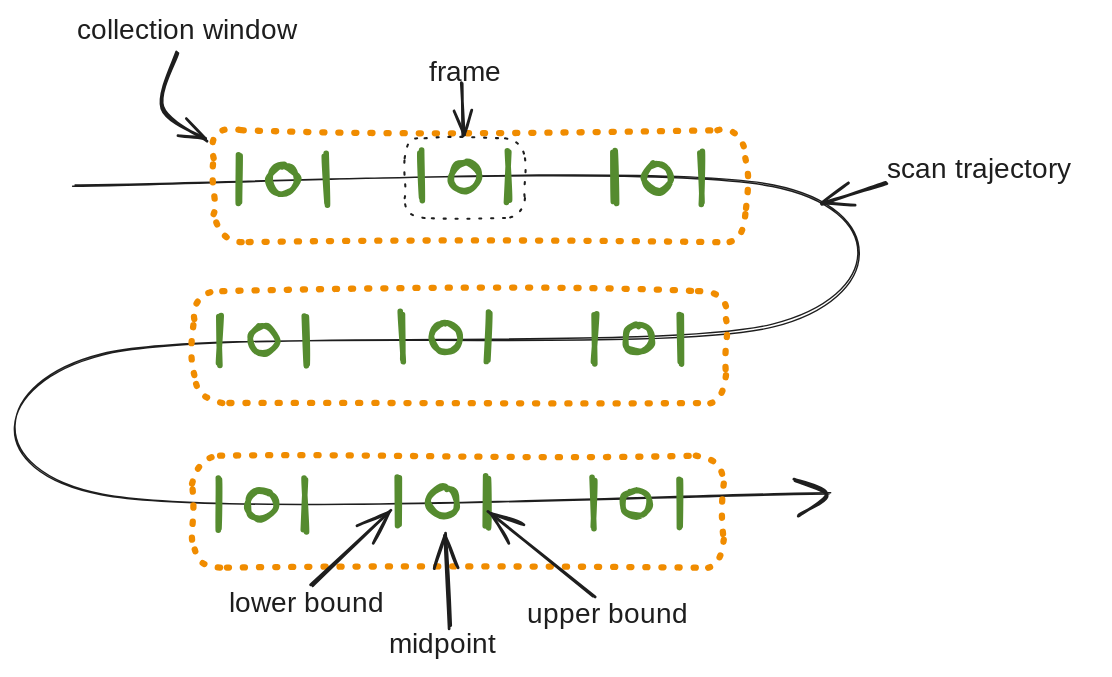
Earlier version of the Excalidraw export docs/images/flyscan_collection_windows_and_frames.svg (bluesky/ophyd-async). Source tidied: one line per element, renumbered; positions are measured from the earlier drawing's top-left corner, leaving out a move shared by most shapes. The source it was exported from:
```json
{"id": 0, "type": "line", "strokeColor": "#1e1e1e", "strokeWidth": 1, "roughness": 1, "round": true, "x": 0, "y": 123, "width": 540, "height": 220, "points": [[0, 0], [500, 0], [500, 100], [20, 120], [20, 220], [540, 220]]}
{"id": 1, "type": "rectangle", "strokeColor": "#f08c00", "strokeWidth": 4, "strokeStyle": "dotted", "roughness": 2, "round": true, "x": 100, "y": 83, "width": 380, "height": 80}
{"id": 2, "type": "ellipse", "strokeColor": "#558b2f", "strokeWidth": 4, "roughness": 2, "round": true, "x": 139, "y": 108, "width": 20, "height": 20}
{"id": 3, "type": "line", "strokeColor": "#558b2f", "strokeWidth": 4, "roughness": 2, "round": true, "x": 118, "y": 100, "width": 0, "height": 35, "points": [[0, 0], [0, 35]]}
{"id": 4, "type": "line", "strokeColor": "#558b2f", "strokeWidth": 4, "roughness": 2, "round": true, "x": 180, "y": 101, "width": 0, "height": 35, "points": [[0, 0], [0, 35]]}
{"id": 5, "type": "ellipse", "strokeColor": "#558b2f", "strokeWidth": 4, "roughness": 2, "round": true, "x": 269, "y": 106, "width": 20, "height": 20}
{"id": 6, "type": "line", "strokeColor": "#558b2f", "strokeWidth": 4, "roughness": 2, "round": true, "x": 248, "y": 98, "width": 0, "height": 35, "points": [[0, 0], [0, 35]]}
{"id": 7, "type": "line", "strokeColor": "#558b2f", "strokeWidth": 4, "roughness": 2, "round": true, "x": 310, "y": 98, "width": 0, "height": 35, "points": [[0, 0], [0, 35]]}
{"id": 8, "type": "ellipse", "strokeColor": "#558b2f", "strokeWidth": 4, "roughness": 2, "round": true, "x": 407, "y": 107, "width": 20, "height": 20}
{"id": 9, "type": "line", "strokeColor": "#558b2f", "strokeWidth": 4, "roughness": 2, "round": true, "x": 386, "y": 99, "width": 0, "height": 35, "points": [[0, 0], [0, 35]]}
{"id": 10, "type": "line", "strokeColor": "#558b2f", "strokeWidth": 4, "roughness": 2, "round": true, "x": 448, "y": 100, "width": 0, "height": 35, "points": [[0, 0], [0, 35]]}
{"id": 11, "type": "rectangle", "strokeColor": "#f08c00", "strokeWidth": 4, "strokeStyle": "dotted", "roughness": 2, "round": true, "x": 86, "y": 198, "width": 380, "height": 80}
{"id": 12, "type": "ellipse", "strokeColor": "#558b2f", "strokeWidth": 4, "roughness": 2, "round": true, "x": 126, "y": 223, "width": 20, "height": 20}
{"id": 13, "type": "line", "strokeColor": "#558b2f", "strokeWidth": 4, "roughness": 2, "round": true, "x": 105, "y": 215, "width": 0, "height": 35, "points": [[0, 0], [0, 35]]}
{"id": 14, "type": "line", "strokeColor": "#558b2f", "strokeWidth": 4, "roughness": 2, "round": true, "x": 166, "y": 216, "width": 0, "height": 35, "points": [[0, 0], [0, 35]]}
{"id": 15, "type": "ellipse", "strokeColor": "#558b2f", "strokeWidth": 4, "roughness": 2, "round": true, "x": 256, "y": 221, "width": 20, "height": 20}
{"id": 16, "type": "line", "strokeColor": "#558b2f", "strokeWidth": 4, "roughness": 2, "round": true, "x": 235, "y": 213, "width": 0, "height": 35, "points": [[0, 0], [0, 35]]}
{"id": 17, "type": "line", "strokeColor": "#558b2f", "strokeWidth": 4, "roughness": 2, "round": true, "x": 296, "y": 213, "width": 0, "height": 35, "points": [[0, 0], [0, 35]]}
{"id": 18, "type": "ellipse", "strokeColor": "#558b2f", "strokeWidth": 4, "roughness": 2, "round": true, "x": 394, "y": 222, "width": 20, "height": 20}
{"id": 19, "type": "line", "strokeColor": "#558b2f", "strokeWidth": 4, "roughness": 2, "round": true, "x": 373, "y": 214, "width": 0, "height": 35, "points": [[0, 0], [0, 35]]}
{"id": 20, "type": "line", "strokeColor": "#558b2f", "strokeWidth": 4, "roughness": 2, "round": true, "x": 434, "y": 215, "width": 0, "height": 35, "points": [[0, 0], [0, 35]]}
{"id": 21, "type": "rectangle", "strokeColor": "#f08c00", "strokeWidth": 4, "strokeStyle": "dotted", "roughness": 2, "round": true, "x": 85, "y": 316, "width": 380, "height": 80}
{"id": 22, "type": "ellipse", "strokeColor": "#558b2f", "strokeWidth": 4, "roughness": 2, "round": true, "x": 124, "y": 341, "width": 20, "height": 20}
{"id": 23, "type": "line", "strokeColor": "#558b2f", "strokeWidth": 4, "roughness": 2, "round": true, "x": 103, "y": 333, "width": 0, "height": 35, "points": [[0, 0], [0, 35]]}
{"id": 24, "type": "line", "strokeColor": "#558b2f", "strokeWidth": 4, "roughness": 2, "round": true, "x": 165, "y": 333, "width": 0, "height": 35, "points": [[0, 0], [0, 35]]}
{"id": 25, "type": "ellipse", "strokeColor": "#558b2f", "strokeWidth": 4, "roughness": 2, "round": true, "x": 254, "y": 339, "width": 20, "height": 20}
{"id": 26, "type": "line", "strokeColor": "#558b2f", "strokeWidth": 4, "roughness": 2, "round": true, "x": 233, "y": 331, "width": 0, "height": 35, "points": [[0, 0], [0, 35]]}
{"id": 27, "type": "line", "strokeColor": "#558b2f", "strokeWidth": 4, "roughness": 2, "round": true, "x": 295, "y": 331, "width": 0, "height": 35, "points": [[0, 0], [0, 35]]}
{"id": 28, "type": "ellipse", "strokeColor": "#558b2f", "strokeWidth": 4, "roughness": 2, "round": true, "x": 392, "y": 340, "width": 20, "height": 20}
{"id": 29, "type": "line", "strokeColor": "#558b2f", "strokeWidth": 4, "roughness": 2, "round": true, "x": 371, "y": 332, "width": 0, "height": 35, "points": [[0, 0], [0, 35]]}
{"id": 30, "type": "line", "strokeColor": "#558b2f", "strokeWidth": 4, "roughness": 2, "round": true, "x": 433, "y": 332, "width": 0, "height": 35, "points": [[0, 0], [0, 35]]}
{"id": 31, "type": "text", "text": "collection window", "strokeColor": "#1e1e1e", "strokeWidth": 1, "roughness": 1, "fontSize": 20, "fontFamily": 5, "x": 2, "y": 0, "width": 166, "height": 25}
{"id": 32, "type": "text", "text": "frame", "strokeColor": "#1e1e1e", "strokeWidth": 1, "roughness": 1, "fontSize": 20, "fontFamily": 5, "x": 254, "y": 30, "width": 53, "height": 25}
{"id": 33, "type": "text", "text": "scan trajectory", "strokeColor": "#1e1e1e", "strokeWidth": 2, "roughness": 1, "fontSize": 20, "fontFamily": 5, "x": 582, "y": 100, "width": 150, "height": 25}
{"id": 34, "type": "arrow", "strokeColor": "#1e1e1e", "strokeWidth": 2, "roughness": 1, "endArrowhead": "arrow", "round": true, "from": 33, "x": 581, "y": 121, "width": 46, "height": 15, "points": [[0, 0], [-46, 15]]}
{"id": 35, "type": "line", "strokeColor": "#1e1e1e", "strokeWidth": 2, "roughness": 1, "round": true, "x": 515, "y": 334, "width": 23, "height": 25, "points": [[0, 0], [23, 10], [3, 25]]}
{"id": 36, "type": "arrow", "strokeColor": "#1e1e1e", "strokeWidth": 2, "roughness": 1, "endArrowhead": "arrow", "round": true, "from": 31, "to": 1, "x": 74, "y": 28, "width": 32, "height": 62, "points": [[0, 0], [-10, 39], [22, 62]]}
{"id": 37, "type": "arrow", "strokeColor": "#1e1e1e", "strokeWidth": 2, "roughness": 1, "endArrowhead": "arrow", "round": true, "from": 32, "to": 1, "x": 278, "y": 50, "width": 1, "height": 37, "points": [[0, 0], [1, 37]]}
{"id": 38, "type": "rectangle", "strokeColor": "#1e1e1e", "strokeWidth": 1, "strokeStyle": "dotted", "roughness": 1, "round": true, "x": 237, "y": 89, "width": 86, "height": 57}
{"id": 39, "type": "text", "text": "midpoint", "strokeColor": "#1e1e1e", "strokeWidth": 1, "roughness": 1, "fontSize": 20, "fontFamily": 5, "x": 225, "y": 439, "width": 79, "height": 25}
{"id": 40, "type": "arrow", "strokeColor": "#1e1e1e", "strokeWidth": 2, "roughness": 1, "endArrowhead": "arrow", "round": true, "from": 39, "to": 25, "x": 269, "y": 438, "width": 4, "height": 67, "points": [[0, 0], [-4, -67]]}
{"id": 41, "type": "text", "text": "lower bound", "strokeColor": "#1e1e1e", "strokeWidth": 2, "roughness": 1, "fontSize": 20, "fontFamily": 5, "x": 111, "y": 410, "width": 114, "height": 25}
{"id": 42, "type": "arrow", "strokeColor": "#1e1e1e", "strokeWidth": 2, "roughness": 1, "endArrowhead": "arrow", "round": true, "from": 41, "x": 171, "y": 408, "width": 56, "height": 53, "points": [[0, 0], [56, -53]]}
{"id": 43, "type": "text", "text": "upper bound", "strokeColor": "#1e1e1e", "strokeWidth": 2, "roughness": 1, "fontSize": 20, "fontFamily": 5, "x": 324, "y": 418, "width": 116, "height": 25}
{"id": 44, "type": "arrow", "strokeColor": "#1e1e1e", "strokeWidth": 2, "roughness": 1, "endArrowhead": "arrow", "round": true, "from": 43, "x": 373, "y": 416, "width": 75, "height": 60, "points": [[0, 0], [-75, -60]]}
```
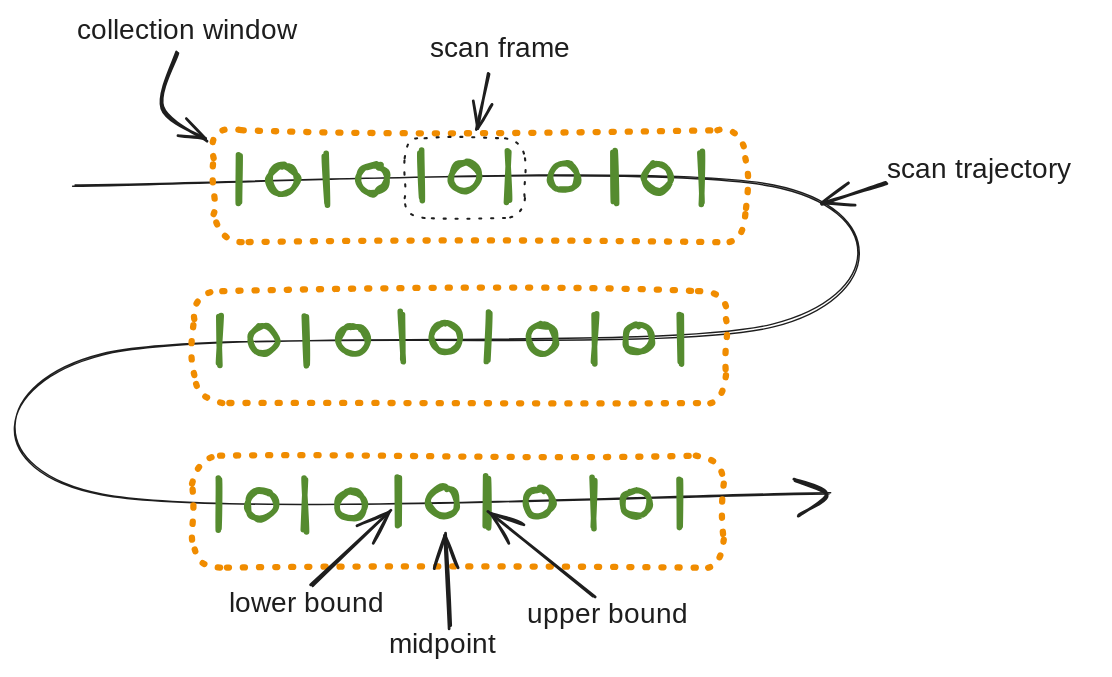
The same file after the commit.

What changed in the source:
```diff
@@ -30,12 +30,12 @@
 {"id": 29, "type": "line", "strokeColor": "#558b2f", "strokeWidth": 4, "roughness": 2, "round": true, "x": 371, "y": 332, "width": 0, "height": 35, "points": [[0, 0], [0, 35]]}
 {"id": 30, "type": "line", "strokeColor": "#558b2f", "strokeWidth": 4, "roughness": 2, "round": true, "x": 433, "y": 332, "width": 0, "height": 35, "points": [[0, 0], [0, 35]]}
 {"id": 31, "type": "text", "text": "collection window", "strokeColor": "#1e1e1e", "strokeWidth": 1, "roughness": 1, "fontSize": 20, "fontFamily": 5, "x": 2, "y": 0, "width": 166, "height": 25}
-{"id": 32, "type": "text", "text": "frame", "strokeColor": "#1e1e1e", "strokeWidth": 1, "roughness": 1, "fontSize": 20, "fontFamily": 5, "x": 254, "y": 30, "width": 53, "height": 25}
+{"id": 32, "type": "text", "text": "scan frame", "strokeColor": "#1e1e1e", "strokeWidth": 1, "roughness": 1, "fontSize": 20, "fontFamily": 5, "x": 255, "y": 13, "width": 104, "height": 25}
 {"id": 33, "type": "text", "text": "scan trajectory", "strokeColor": "#1e1e1e", "strokeWidth": 2, "roughness": 1, "fontSize": 20, "fontFamily": 5, "x": 582, "y": 100, "width": 150, "height": 25}
 {"id": 34, "type": "arrow", "strokeColor": "#1e1e1e", "strokeWidth": 2, "roughness": 1, "endArrowhead": "arrow", "round": true, "from": 33, "x": 581, "y": 121, "width": 46, "height": 15, "points": [[0, 0], [-46, 15]]}
 {"id": 35, "type": "line", "strokeColor": "#1e1e1e", "strokeWidth": 2, "roughness": 1, "round": true, "x": 515, "y": 334, "width": 23, "height": 25, "points": [[0, 0], [23, 10], [3, 25]]}
 {"id": 36, "type": "arrow", "strokeColor": "#1e1e1e", "strokeWidth": 2, "roughness": 1, "endArrowhead": "arrow", "round": true, "from": 31, "to": 1, "x": 74, "y": 28, "width": 32, "height": 62, "points": [[0, 0], [-10, 39], [22, 62]]}
-{"id": 37, "type": "arrow", "strokeColor": "#1e1e1e", "strokeWidth": 2, "roughness": 1, "endArrowhead": "arrow", "round": true, "from": 32, "to": 1, "x": 278, "y": 50, "width": 1, "height": 37, "points": [[0, 0], [1, 37]]}
+{"id": 37, "type": "arrow", "strokeColor": "#1e1e1e", "strokeWidth": 2, "roughness": 1, "endArrowhead": "arrow", "round": true, "from": 32, "to": 1, "x": 297, "y": 43, "width": 9, "height": 39, "points": [[0, 0], [-9, 39]]}
 {"id": 38, "type": "rectangle", "strokeColor": "#1e1e1e", "strokeWidth": 1, "strokeStyle": "dotted", "roughness": 1, "round": true, "x": 237, "y": 89, "width": 86, "height": 57}
 {"id": 39, "type": "text", "text": "midpoint", "strokeColor": "#1e1e1e", "strokeWidth": 1, "roughness": 1, "fontSize": 20, "fontFamily": 5, "x": 225, "y": 439, "width": 79, "height": 25}
 {"id": 40, "type": "arrow", "strokeColor": "#1e1e1e", "strokeWidth": 2, "roughness": 1, "endArrowhead": "arrow", "round": true, "from": 39, "to": 25, "x": 269, "y": 438, "width": 4, "height": 67, "points": [[0, 0], [-4, -67]]}
@@ -43,3 +43,9 @@
 {"id": 42, "type": "arrow", "strokeColor": "#1e1e1e", "strokeWidth": 2, "roughness": 1, "endArrowhead": "arrow", "round": true, "from": 41, "x": 171, "y": 408, "width": 56, "height": 53, "points": [[0, 0], [56, -53]]}
 {"id": 43, "type": "text", "text": "upper bound", "strokeColor": "#1e1e1e", "strokeWidth": 2, "roughness": 1, "fontSize": 20, "fontFamily": 5, "x": 324, "y": 418, "width": 116, "height": 25}
 {"id": 44, "type": "arrow", "strokeColor": "#1e1e1e", "strokeWidth": 2, "roughness": 1, "endArrowhead": "arrow", "round": true, "from": 43, "x": 373, "y": 416, "width": 75, "height": 60, "points": [[0, 0], [-75, -60]]}
+{"id": 45, "type": "ellipse", "strokeColor": "#558b2f", "strokeWidth": 4, "roughness": 2, "round": true, "x": 204, "y": 108, "width": 20, "height": 20}
+{"id": 46, "type": "ellipse", "strokeColor": "#558b2f", "strokeWidth": 4, "roughness": 2, "round": true, "x": 340, "y": 106, "width": 20, "height": 20}
+{"id": 47, "type": "ellipse", "strokeColor": "#558b2f", "strokeWidth": 4, "roughness": 2, "round": true, "x": 325, "y": 222, "width": 20, "height": 20}
+{"id": 48, "type": "ellipse", "strokeColor": "#558b2f", "strokeWidth": 4, "roughness": 2, "round": true, "x": 189, "y": 223, "width": 20, "height": 20}
+{"id": 49, "type": "ellipse", "strokeColor": "#558b2f", "strokeWidth": 4, "roughness": 2, "round": true, "x": 188, "y": 341, "width": 20, "height": 20}
+{"id": 50, "type": "ellipse", "strokeColor": "#558b2f", "strokeWidth": 4, "roughness": 2, "round": true, "x": 322, "y": 339, "width": 20, "height": 20}
```
